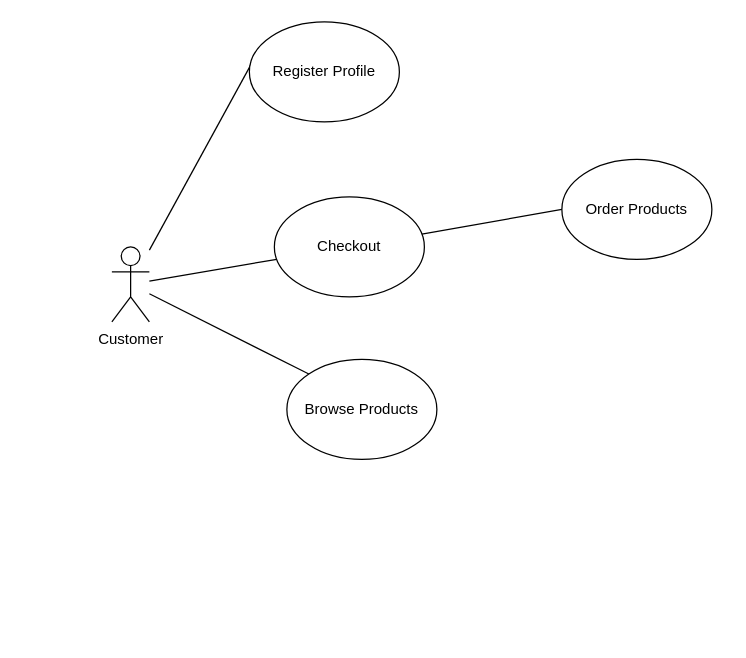
OlaAni/SEAT keeps this draw.io diagram as Usecase/Customer.drawio. Above is the earlier version. Source tidied: cells renumbered, new cells numbered last; positions are measured from the earlier drawing's top-left corner, leaving out a move shared by most shapes. Both pictures are drawn from the tidied source at 125%, with x=0, y=0 at pixel (111, 21).
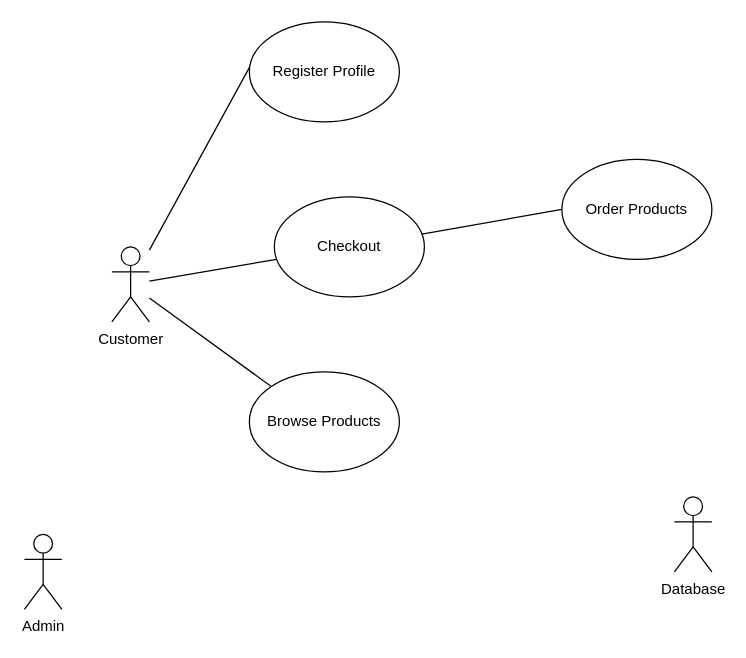
The same diagram, later.

Diff of the diagram source:
```diff
@@
 <mxGraphModel>
   <root>
     <mxCell id="0" />
     <mxCell id="1" parent="0" />
     <mxCell id="2" style="rounded=0;jettySize=auto;html=1;entryX=0.025;entryY=0.388;entryDx=0;entryDy=0;entryPerimeter=0;endArrow=none;endFill=0;" parent="1" edge="1" source="5" target="6">
       <mxGeometry relative="1" as="geometry" />
     </mxCell>
     <mxCell id="3" style="edgeStyle=none;rounded=0;jettySize=auto;html=1;entryX=0;entryY=0;entryDx=0;entryDy=0;endArrow=none;endFill=0;" parent="1" edge="1" source="5" target="8">
       <mxGeometry relative="1" as="geometry" />
     </mxCell>
     <mxCell id="4" style="edgeStyle=none;rounded=0;jettySize=auto;html=1;endArrow=none;endFill=0;" parent="1" edge="1" source="5" target="10">
       <mxGeometry relative="1" as="geometry" />
     </mxCell>
     <mxCell id="5" value="Customer" style="shape=umlActor;verticalLabelPosition=bottom;verticalAlign=top;html=1;outlineConnect=0;" parent="1" vertex="1">
       <mxGeometry y="180" width="30" height="60" as="geometry" />
     </mxCell>
     <mxCell id="6" value="Register Profile" style="ellipse;whiteSpace=wrap;html=1;" parent="1" vertex="1">
       <mxGeometry x="110" width="120" height="80" as="geometry" />
     </mxCell>
     <mxCell id="7" value="Order Products" style="ellipse;whiteSpace=wrap;html=1;" parent="1" vertex="1">
       <mxGeometry x="360" y="110" width="120" height="80" as="geometry" />
     </mxCell>
     <mxCell id="8" value="Browse Products" style="ellipse;whiteSpace=wrap;html=1;" parent="1" vertex="1">
-      <mxGeometry x="140" y="270" width="120" height="80" as="geometry" />
+      <mxGeometry x="110" y="280" width="120" height="80" as="geometry" />
     </mxCell>
     <mxCell id="9" style="rounded=0;jettySize=auto;html=1;entryX=0;entryY=0.5;entryDx=0;entryDy=0;endArrow=none;endFill=0;" parent="1" edge="1" source="10" target="7">
       <mxGeometry relative="1" as="geometry" />
     </mxCell>
     <mxCell id="10" value="Checkout" style="ellipse;whiteSpace=wrap;html=1;" parent="1" vertex="1">
       <mxGeometry x="130" y="140" width="120" height="80" as="geometry" />
     </mxCell>
+    <mxCell id="11" value="Database" style="shape=umlActor;verticalLabelPosition=bottom;verticalAlign=top;html=1;" parent="1" vertex="1">
+      <mxGeometry x="450" y="380" width="30" height="60" as="geometry" />
+    </mxCell>
+    <mxCell id="12" value="Admin" style="shape=umlActor;verticalLabelPosition=bottom;verticalAlign=top;html=1;" parent="1" vertex="1">
+      <mxGeometry x="-70" y="410" width="30" height="60" as="geometry" />
+    </mxCell>
   </root>
 </mxGraphModel>
```
